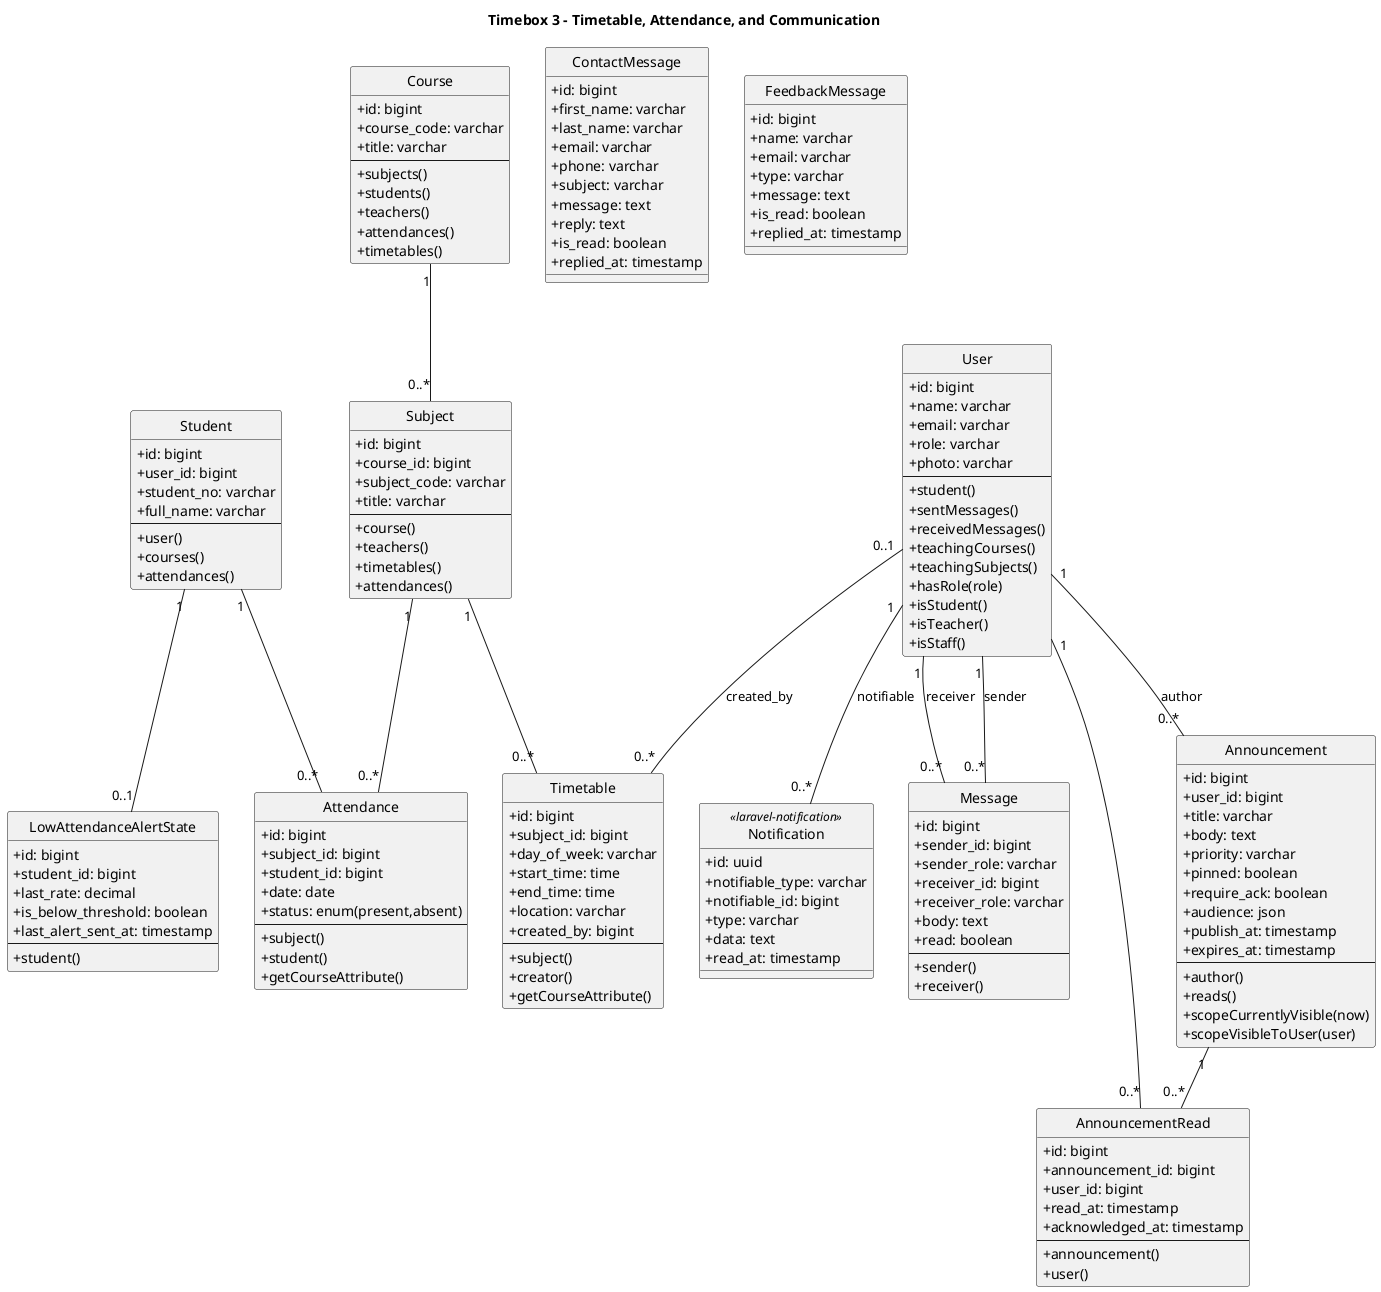
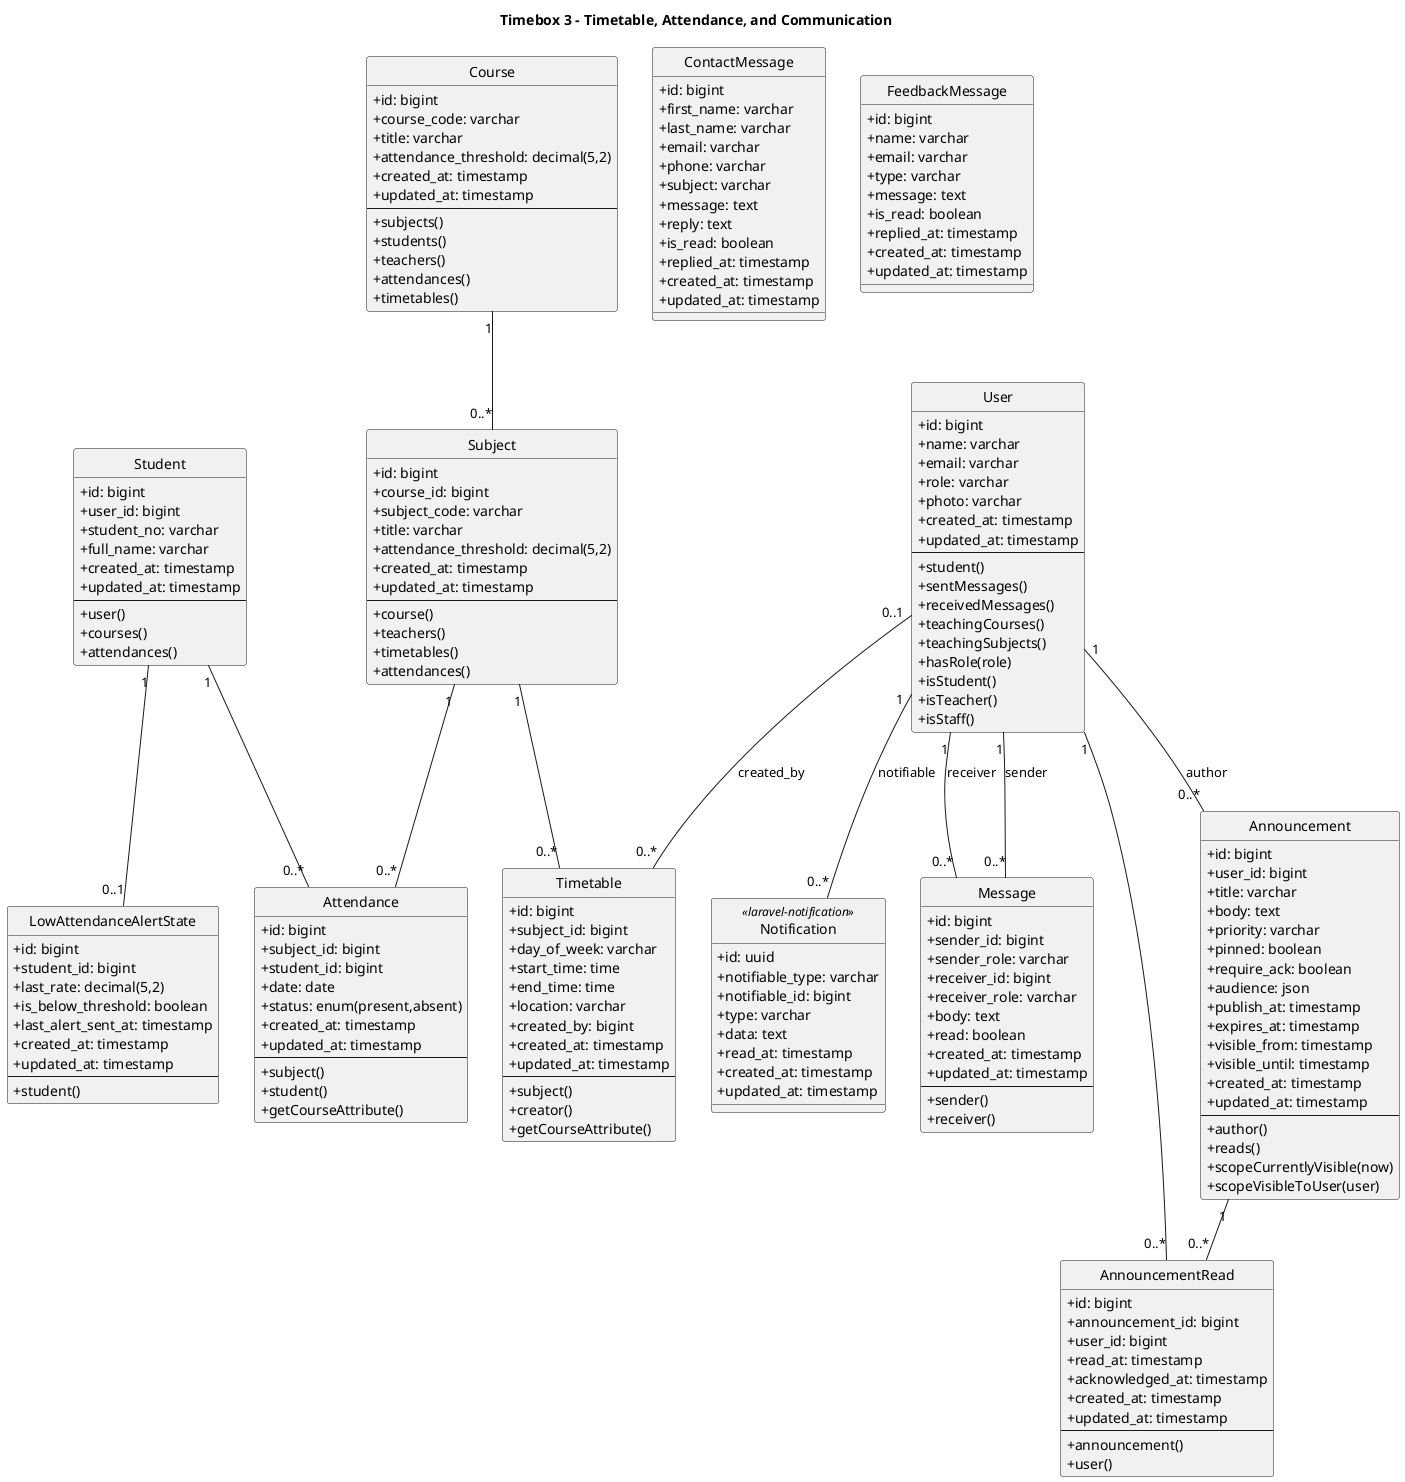
@startuml Timebox3_Class
hide circle
skinparam classAttributeIconSize 0
title Timebox 3 - Timetable, Attendance, and Communication

class User {
  +id: bigint
  +name: varchar
  +email: varchar
  +role: varchar
  +photo: varchar
+   +created_at: timestamp
+   +updated_at: timestamp
  --
  +student()
  +sentMessages()
  +receivedMessages()
  +teachingCourses()
  +teachingSubjects()
  +hasRole(role)
  +isStudent()
  +isTeacher()
  +isStaff()
}

class Student {
  +id: bigint
  +user_id: bigint
  +student_no: varchar
  +full_name: varchar
+   +created_at: timestamp
+   +updated_at: timestamp
  --
  +user()
  +courses()
  +attendances()
}

class Course {
  +id: bigint
  +course_code: varchar
  +title: varchar
+   +attendance_threshold: decimal(5,2)
+   +created_at: timestamp
+   +updated_at: timestamp
  --
  +subjects()
  +students()
  +teachers()
  +attendances()
  +timetables()
}

class Subject {
  +id: bigint
  +course_id: bigint
  +subject_code: varchar
  +title: varchar
+   +attendance_threshold: decimal(5,2)
+   +created_at: timestamp
+   +updated_at: timestamp
  --
  +course()
  +teachers()
  +timetables()
  +attendances()
}

class Timetable {
  +id: bigint
  +subject_id: bigint
  +day_of_week: varchar
  +start_time: time
  +end_time: time
  +location: varchar
  +created_by: bigint
+   +created_at: timestamp
+   +updated_at: timestamp
  --
  +subject()
  +creator()
  +getCourseAttribute()
}

class Attendance {
  +id: bigint
  +subject_id: bigint
  +student_id: bigint
  +date: date
  +status: enum(present,absent)
+   +created_at: timestamp
+   +updated_at: timestamp
  --
  +subject()
  +student()
  +getCourseAttribute()
}

class LowAttendanceAlertState {
  +id: bigint
  +student_id: bigint
-   +last_rate: decimal
+   +last_rate: decimal(5,2)
  +is_below_threshold: boolean
  +last_alert_sent_at: timestamp
+   +created_at: timestamp
+   +updated_at: timestamp
  --
  +student()
}

class Announcement {
  +id: bigint
  +user_id: bigint
  +title: varchar
  +body: text
  +priority: varchar
  +pinned: boolean
  +require_ack: boolean
  +audience: json
  +publish_at: timestamp
  +expires_at: timestamp
+   +visible_from: timestamp
+   +visible_until: timestamp
+   +created_at: timestamp
+   +updated_at: timestamp
  --
  +author()
  +reads()
  +scopeCurrentlyVisible(now)
  +scopeVisibleToUser(user)
}

class AnnouncementRead {
  +id: bigint
  +announcement_id: bigint
  +user_id: bigint
  +read_at: timestamp
  +acknowledged_at: timestamp
+   +created_at: timestamp
+   +updated_at: timestamp
  --
  +announcement()
  +user()
}

class Message {
  +id: bigint
  +sender_id: bigint
  +sender_role: varchar
  +receiver_id: bigint
  +receiver_role: varchar
  +body: text
  +read: boolean
+   +created_at: timestamp
+   +updated_at: timestamp
  --
  +sender()
  +receiver()
}

class Notification <<laravel-notification>> {
  +id: uuid
  +notifiable_type: varchar
  +notifiable_id: bigint
  +type: varchar
  +data: text
  +read_at: timestamp
+   +created_at: timestamp
+   +updated_at: timestamp
}

class ContactMessage {
  +id: bigint
  +first_name: varchar
  +last_name: varchar
  +email: varchar
  +phone: varchar
  +subject: varchar
  +message: text
  +reply: text
  +is_read: boolean
  +replied_at: timestamp
+   +created_at: timestamp
+   +updated_at: timestamp
}

class FeedbackMessage {
  +id: bigint
  +name: varchar
  +email: varchar
  +type: varchar
  +message: text
  +is_read: boolean
  +replied_at: timestamp
+   +created_at: timestamp
+   +updated_at: timestamp
}

Course  "1" -- "0..*" Subject
Subject "1" -- "0..*" Timetable
User    "0..1" -- "0..*" Timetable : created_by

Subject "1" -- "0..*" Attendance
Student "1" -- "0..*" Attendance
Student "1" -- "0..1" LowAttendanceAlertState

User "1" -- "0..*" Announcement : author
Announcement "1" -- "0..*" AnnouncementRead
User "1" -- "0..*" AnnouncementRead

User "1" -- "0..*" Message : sender
User "1" -- "0..*" Message : receiver

User "1" -- "0..*" Notification : notifiable

@enduml
